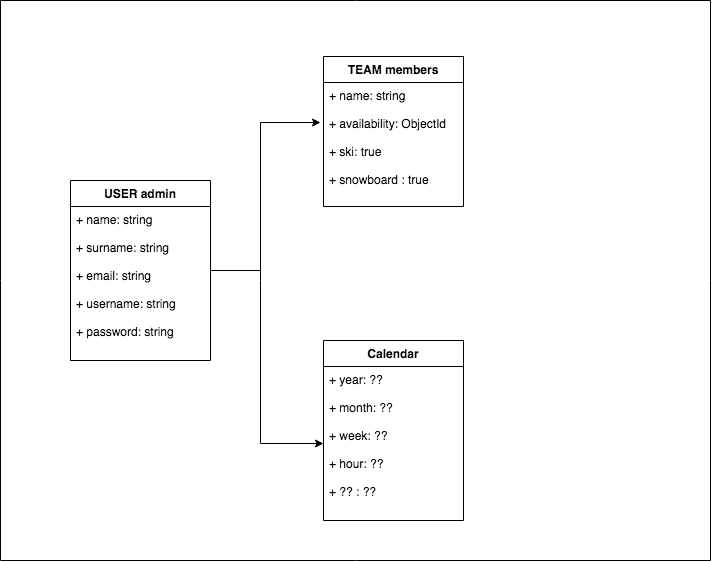
This is staff/aitor-parra/pyrene-ski/pyrene-ski-doc/images/ps-data-model.png from b00tc4mp/skylab-bootcamp-201909, a draw.io export, as it was before one commit. Source tidied: cells renumbered, new cells last; positions are measured from the earlier drawing's top-left corner, leaving out a move shared by most shapes.
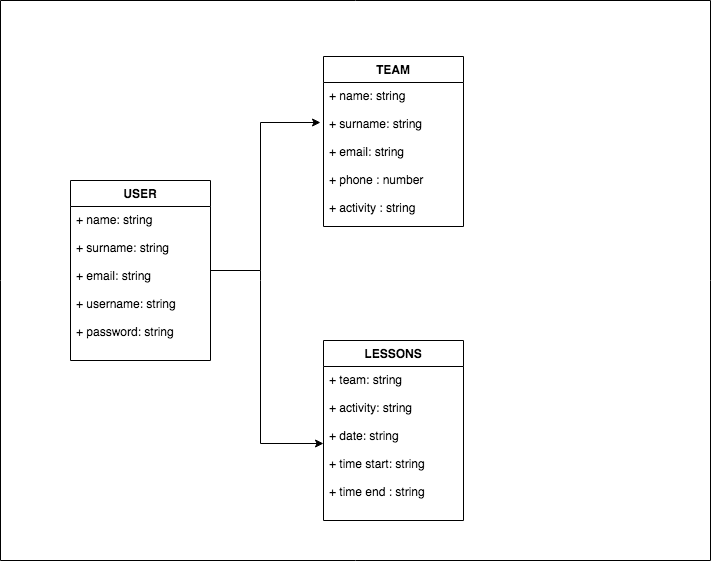
Above is the later version.

Diff of the diagram source:
```diff
@@ -35,22 +35,22 @@
         </Array>
       </mxGeometry>
     </mxCell>
-    <mxCell id="7" value="USER admin" style="swimlane;fontStyle=1;horizontal=1;startSize=26;fillColor=none;rounded=0;comic=0;strokeWidth=1;" parent="1" vertex="1">
+    <mxCell id="7" value="USER" style="swimlane;fontStyle=1;horizontal=1;startSize=26;fillColor=none;rounded=0;comic=0;strokeWidth=1;" parent="1" vertex="1">
       <mxGeometry x="70" y="180" width="140" height="180" as="geometry" />
     </mxCell>
     <mxCell id="8" value="+ name: string&#10;&#10;+ surname: string&#10;&#10;+ email: string&#10;&#10;+ username: string&#10;&#10;+ password: string&#10;&#10;" style="text;strokeColor=none;fillColor=none;align=left;verticalAlign=top;spacingLeft=4;spacingRight=4;overflow=hidden;" parent="7" vertex="1">
       <mxGeometry y="26" width="140" height="154" as="geometry" />
     </mxCell>
-    <mxCell id="9" value="TEAM members" style="swimlane;fontStyle=1;horizontal=1;startSize=26;fillColor=none;rounded=0;comic=0;strokeWidth=1;" parent="1" vertex="1">
-      <mxGeometry x="323" y="56" width="140" height="150" as="geometry" />
+    <mxCell id="9" value="TEAM" style="swimlane;fontStyle=1;horizontal=1;startSize=26;fillColor=none;rounded=0;comic=0;strokeWidth=1;" parent="1" vertex="1">
+      <mxGeometry x="323" y="56" width="140" height="170" as="geometry" />
     </mxCell>
-    <mxCell id="10" value="+ name: string&#10;&#10;+ availability: ObjectId&#10;&#10;+ ski: true&#10;&#10;+ snowboard : true&#10;&#10;&#10;" style="text;strokeColor=none;fillColor=none;align=left;verticalAlign=top;spacingLeft=4;spacingRight=4;overflow=hidden;" parent="9" vertex="1">
-      <mxGeometry y="26" width="140" height="124" as="geometry" />
+    <mxCell id="10" value="+ name: string&#10;&#10;+ surname: string&#10;&#10;+ email: string&#10;&#10;+ phone : number&#10;&#10;+ activity : string&#10;&#10;&#10;&#10;&#10;&#10;" style="text;strokeColor=none;fillColor=none;align=left;verticalAlign=top;spacingLeft=4;spacingRight=4;overflow=hidden;" parent="9" vertex="1">
+      <mxGeometry y="26" width="140" height="144" as="geometry" />
     </mxCell>
-    <mxCell id="11" value="Calendar" style="swimlane;fontStyle=1;horizontal=1;startSize=26;fillColor=none;rounded=0;comic=0;strokeWidth=1;" parent="1" vertex="1">
+    <mxCell id="11" value="LESSONS" style="swimlane;fontStyle=1;horizontal=1;startSize=26;fillColor=none;rounded=0;comic=0;strokeWidth=1;" parent="1" vertex="1">
       <mxGeometry x="323" y="340" width="140" height="180" as="geometry" />
     </mxCell>
-    <mxCell id="12" value="+ year: ??&#10;&#10;+ month: ??&#10;&#10;+ week: ??&#10;&#10;+ hour: ??&#10;&#10;+ ?? : ??&#10;&#10;&#10;" style="text;strokeColor=none;fillColor=none;align=left;verticalAlign=top;spacingLeft=4;spacingRight=4;overflow=hidden;points=[[0,0.5],[1,0.5]];portConstraint=eastwest;" parent="11" vertex="1">
+    <mxCell id="12" value="+ team: string&#10;&#10;+ activity: string&#10;&#10;+ date: string&#10;&#10;+ time start: string&#10;&#10;+ time end : string&#10;&#10;&#10;" style="text;strokeColor=none;fillColor=none;align=left;verticalAlign=top;spacingLeft=4;spacingRight=4;overflow=hidden;points=[[0,0.5],[1,0.5]];portConstraint=eastwest;" parent="11" vertex="1">
       <mxGeometry y="26" width="140" height="154" as="geometry" />
     </mxCell>
     <mxCell id="13" style="edgeStyle=orthogonalEdgeStyle;rounded=0;jettySize=auto;html=1;entryX=0;entryY=0.5;entryDx=0;entryDy=0;" parent="1" edge="1" target="12">
```
